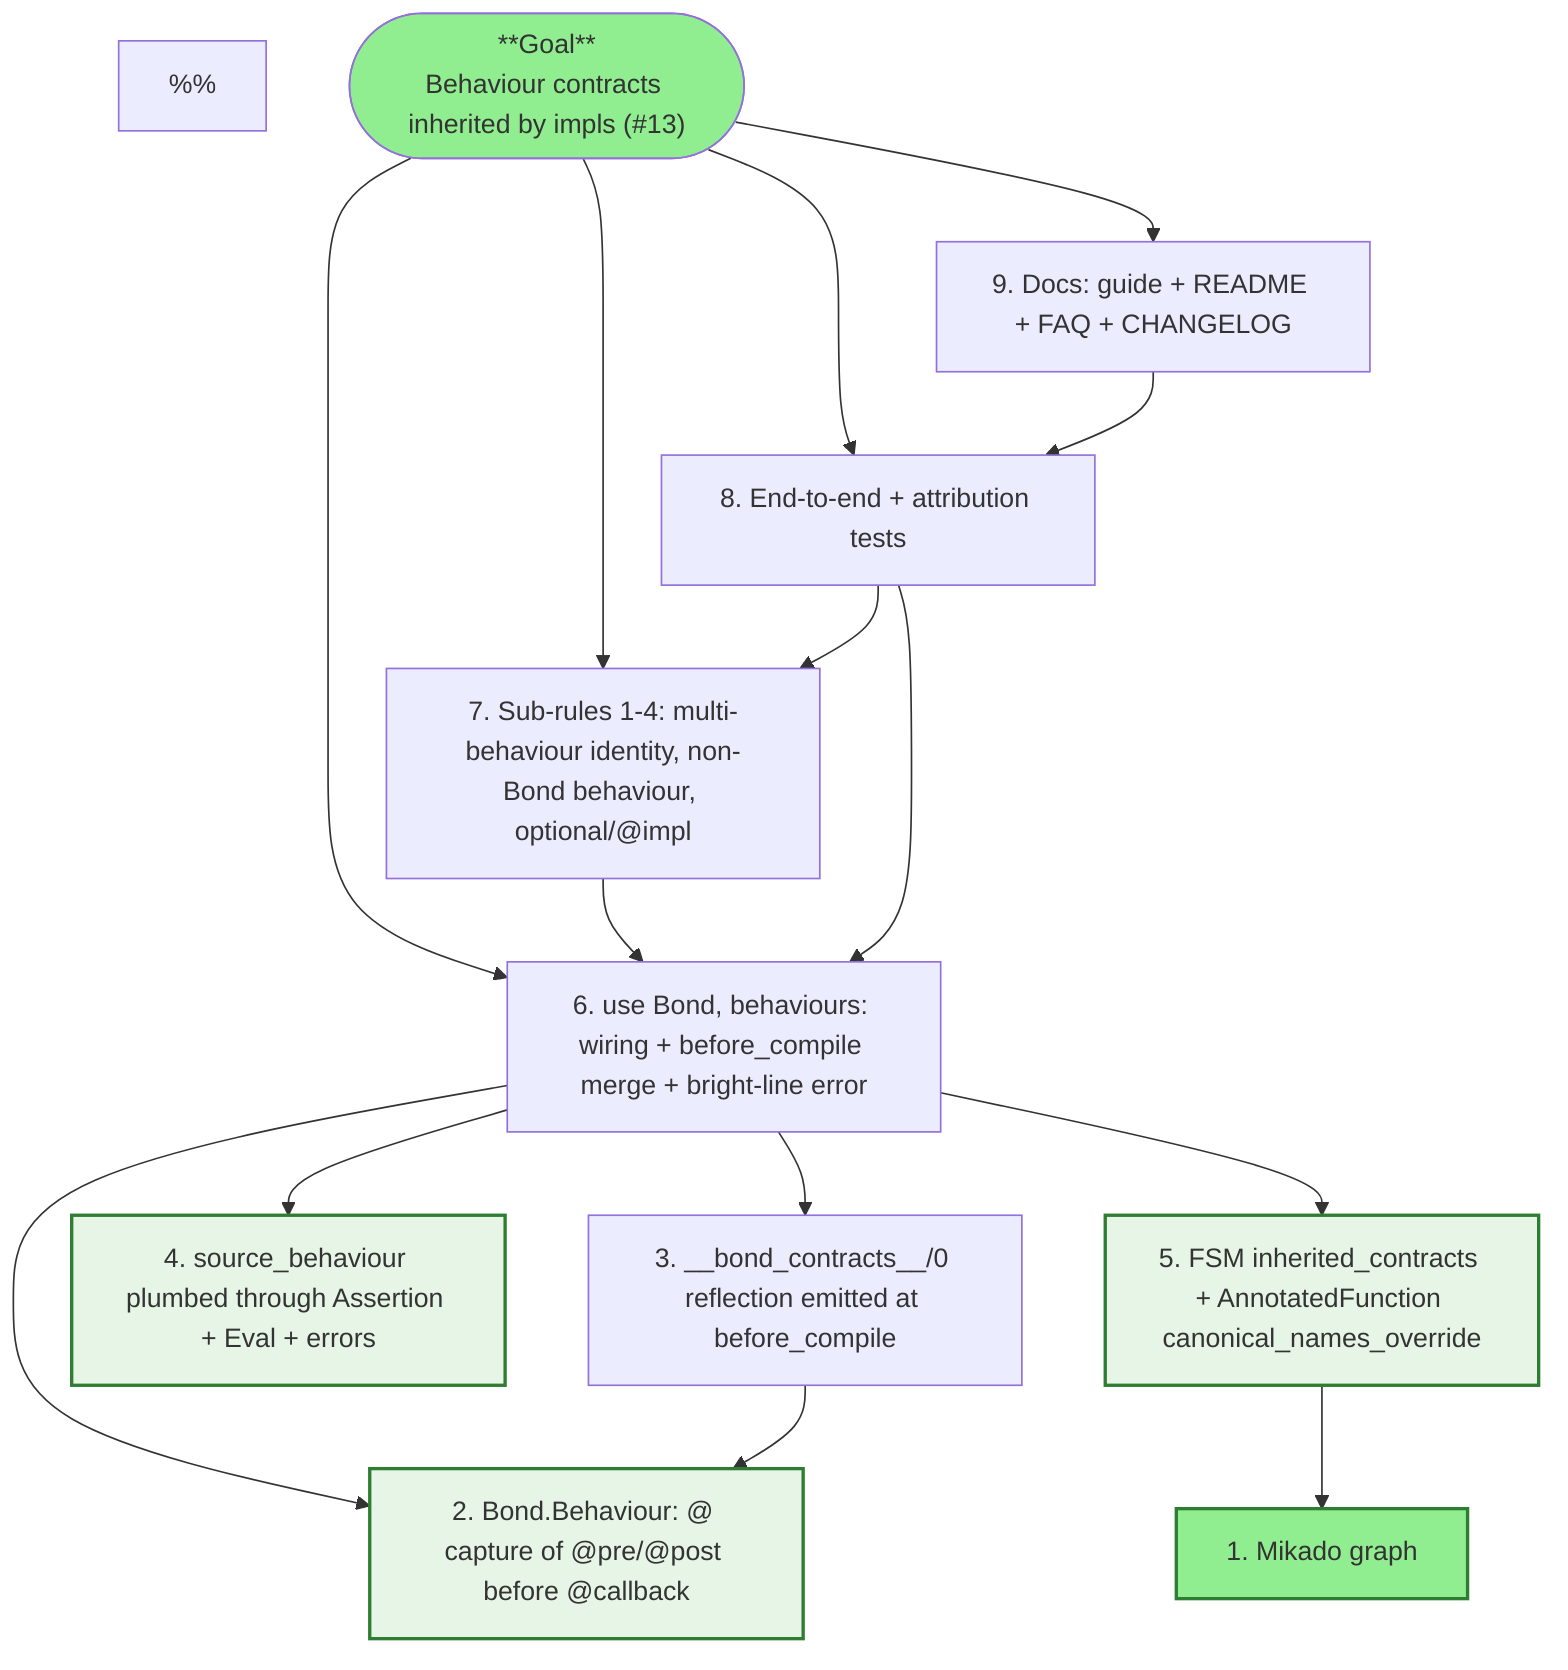
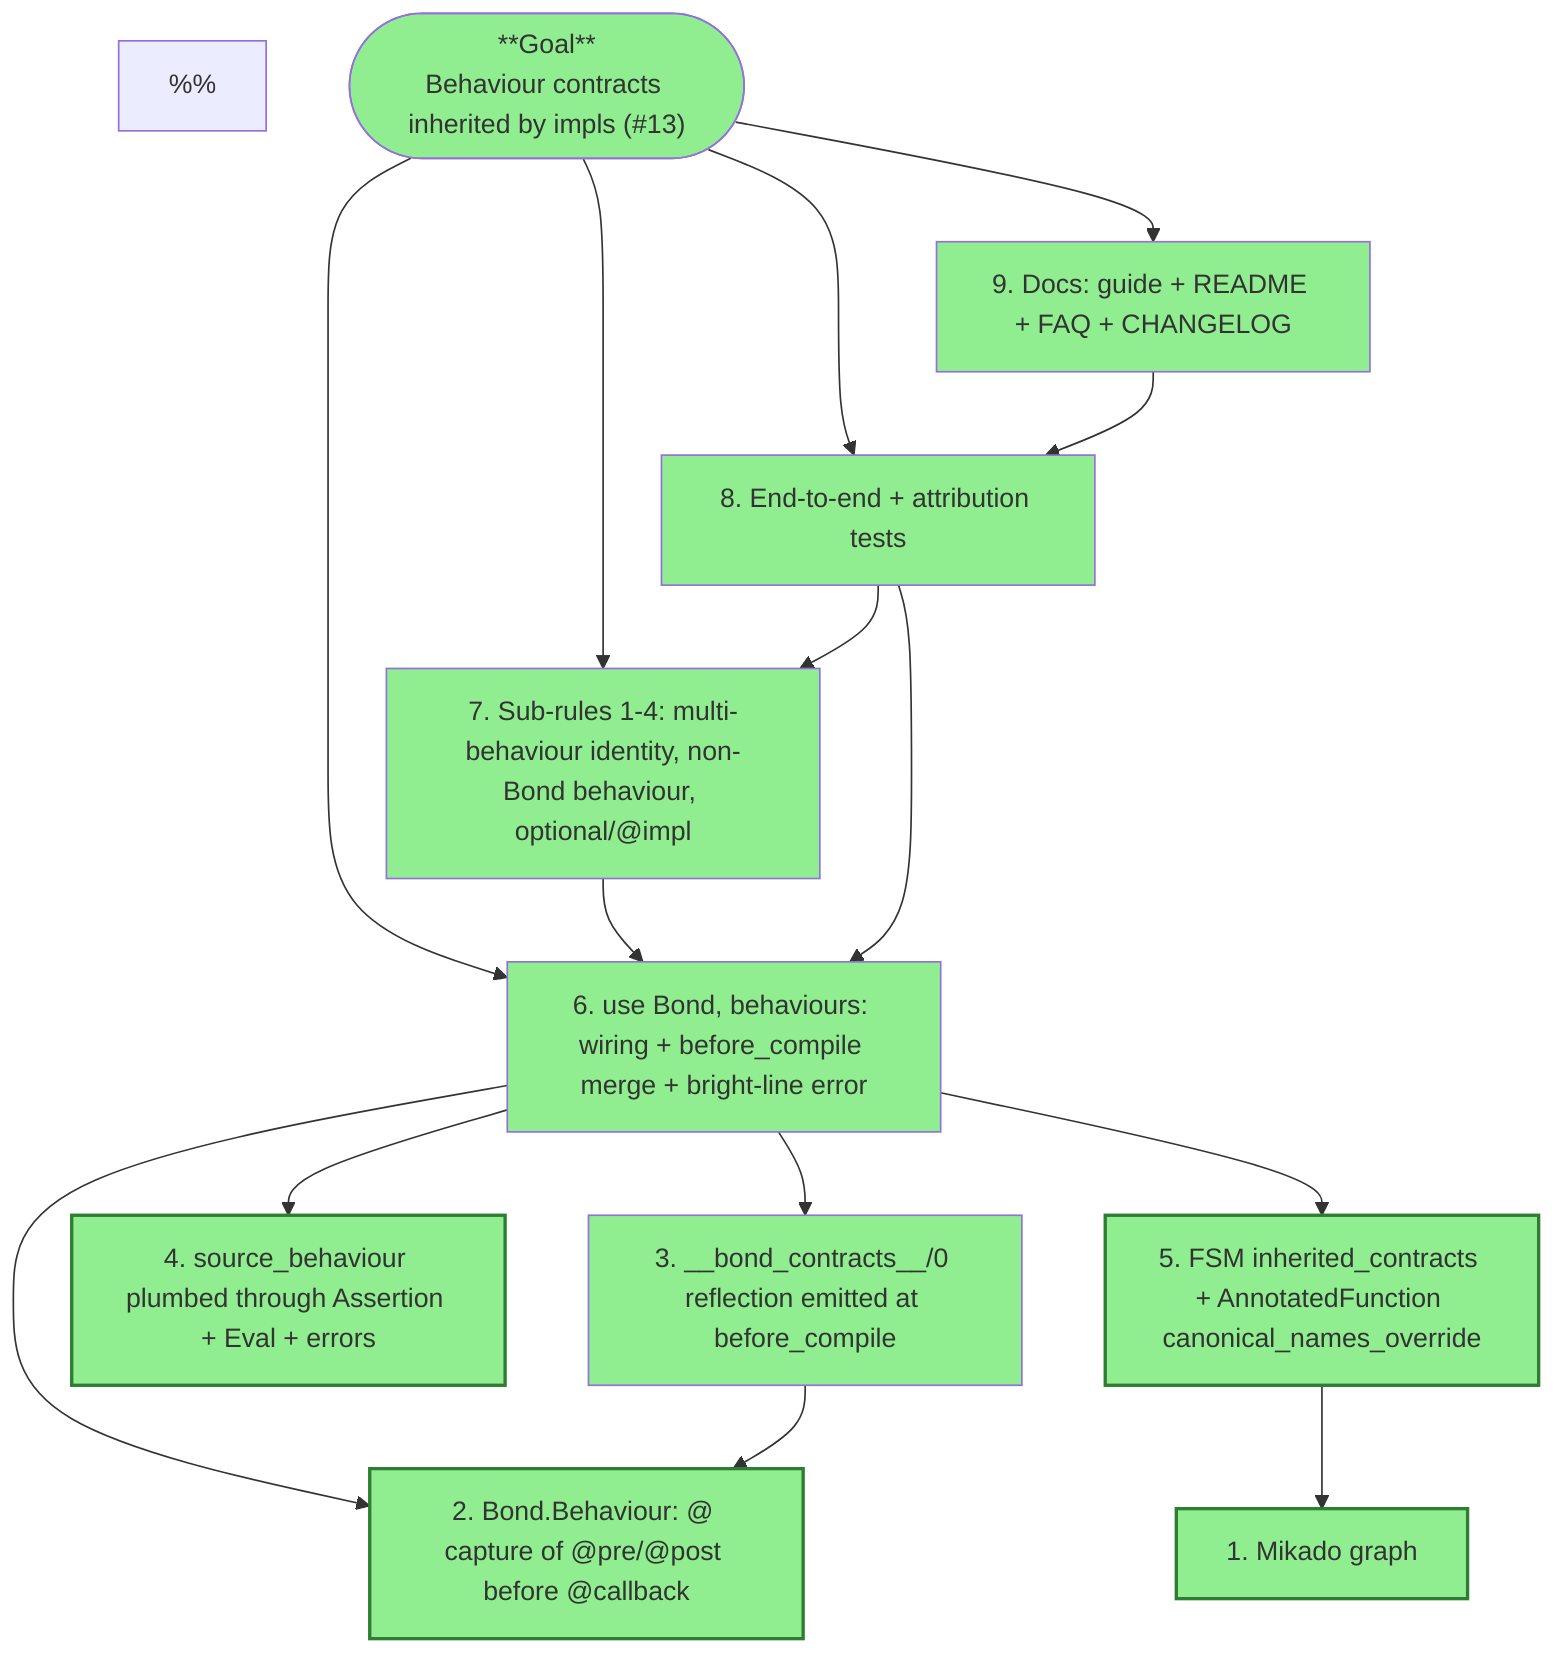
flowchart TD
%% Mikado graph for contract inheritance from behaviours (GitHub #13).
%%
%% Behaviour modules declare @pre/@post on their @callbacks; implementing
%% modules `use Bond, behaviours: [Foo]` and inherit those contracts verbatim
%% (immutable v1). This is DbC meeting the Liskov Substitution Principle.
%%
%% Each numbered node is a commit-sized step. Arrows point from a goal to its
%% prerequisites — leaves (green) have no further prerequisites and are safe to
%% start with. Depth-first per Mikado: pick a leaf, finish it, commit, repeat.
%% Every commit compiles and the suite stays green.

    G(["**Goal**<br/>Behaviour contracts inherited by impls (#13)"])

    G --> S6[6. use Bond, behaviours: wiring + before_compile merge + bright-line error]
    G --> S7[7. Sub-rules 1-4: multi-behaviour identity, non-Bond behaviour, optional/@impl]
    G --> S8[8. End-to-end + attribution tests]
    G --> S9[9. Docs: guide + README + FAQ + CHANGELOG]

    S6 --> S2[2. Bond.Behaviour: @ capture of @pre/@post before @callback]
    S6 --> S3[3. __bond_contracts__/0 reflection emitted at before_compile]
    S6 --> S4[4. source_behaviour plumbed through Assertion + Eval + errors]
    S6 --> S5[5. FSM inherited_contracts + AnnotatedFunction canonical_names_override]

    S3 --> S2
    S5 --> S1[1. Mikado graph]
    S7 --> S6
    S8 --> S6
    S8 --> S7
    S9 --> S8

    classDef leaf fill:#e7f5e7,stroke:#2e7d32,stroke-width:2px;
    class S1,S2,S4,S5 leaf;

    style G fill:#90EE90
    style S1 fill:#90EE90
+     style S2 fill:#90EE90
+     style S3 fill:#90EE90
+     style S4 fill:#90EE90
+     style S5 fill:#90EE90
+     style S6 fill:#90EE90
+     style S7 fill:#90EE90
+     style S8 fill:#90EE90
+     style S9 fill:#90EE90
